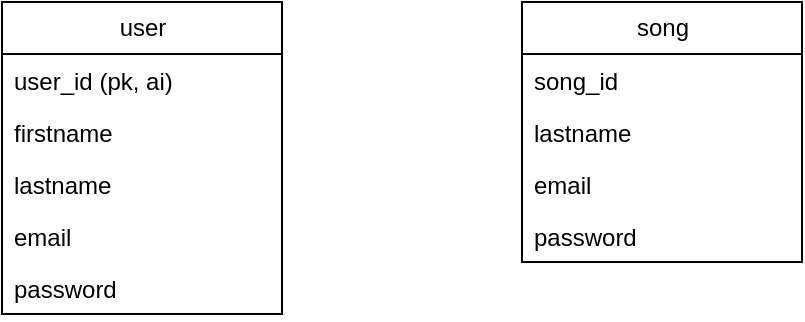
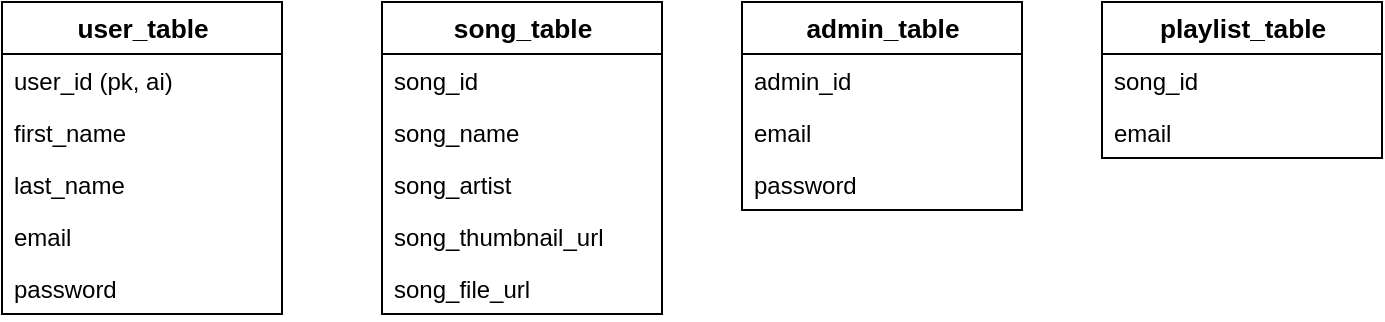
<mxfile host="65bd71144e">
    <diagram id="PaDLuZ9pyRRN-tLuL0Lq" name="Page-1">
-         <mxGraphModel dx="1068" dy="507" grid="1" gridSize="10" guides="1" tooltips="1" connect="1" arrows="1" fold="1" page="1" pageScale="1" pageWidth="850" pageHeight="1100" math="0" shadow="0">
+         <mxGraphModel dx="1071" dy="474" grid="1" gridSize="10" guides="1" tooltips="1" connect="1" arrows="1" fold="1" page="1" pageScale="1" pageWidth="850" pageHeight="1100" math="0" shadow="0">
            <root>
                <mxCell id="0"/>
                <mxCell id="1" parent="0"/>
-                 <mxCell id="2" value="user" style="swimlane;fontStyle=0;childLayout=stackLayout;horizontal=1;startSize=26;fillColor=none;horizontalStack=0;resizeParent=1;resizeParentMax=0;resizeLast=0;collapsible=1;marginBottom=0;html=1;" parent="1" vertex="1">
+                 <mxCell id="2" value="&lt;a style=&quot;box-sizing: border-box; color: var(--bs-link-color); text-decoration-line: none; font-family: sans-serif; font-size: 13.12px; font-weight: 700; text-align: left;&quot; title=&quot;&quot; href=&quot;http://localhost/phpmyadmin/index.php?route=/sql&amp;amp;db=spotify&amp;amp;table=user_table&amp;amp;pos=0&quot;&gt;user_table&lt;/a&gt;" style="swimlane;fontStyle=0;childLayout=stackLayout;horizontal=1;startSize=26;fillColor=none;horizontalStack=0;resizeParent=1;resizeParentMax=0;resizeLast=0;collapsible=1;marginBottom=0;html=1;" parent="1" vertex="1">
                    <mxGeometry x="120" y="160" width="140" height="156" as="geometry"/>
                </mxCell>
-                 <mxCell id="13" value="user_id (pk, ai)" style="text;strokeColor=none;fillColor=none;align=left;verticalAlign=top;spacingLeft=4;spacingRight=4;overflow=hidden;rotatable=0;points=[[0,0.5],[1,0.5]];portConstraint=eastwest;whiteSpace=wrap;html=1;" vertex="1" parent="2">
+                 <mxCell id="13" value="user_id (pk, ai)" style="text;strokeColor=none;fillColor=none;align=left;verticalAlign=top;spacingLeft=4;spacingRight=4;overflow=hidden;rotatable=0;points=[[0,0.5],[1,0.5]];portConstraint=eastwest;whiteSpace=wrap;html=1;" parent="2" vertex="1">
                    <mxGeometry y="26" width="140" height="26" as="geometry"/>
                </mxCell>
-                 <mxCell id="3" value="firstname" style="text;strokeColor=none;fillColor=none;align=left;verticalAlign=top;spacingLeft=4;spacingRight=4;overflow=hidden;rotatable=0;points=[[0,0.5],[1,0.5]];portConstraint=eastwest;whiteSpace=wrap;html=1;" parent="2" vertex="1">
+                 <mxCell id="3" value="first_name" style="text;strokeColor=none;fillColor=none;align=left;verticalAlign=top;spacingLeft=4;spacingRight=4;overflow=hidden;rotatable=0;points=[[0,0.5],[1,0.5]];portConstraint=eastwest;whiteSpace=wrap;html=1;" parent="2" vertex="1">
                    <mxGeometry y="52" width="140" height="26" as="geometry"/>
                </mxCell>
-                 <mxCell id="4" value="lastname" style="text;strokeColor=none;fillColor=none;align=left;verticalAlign=top;spacingLeft=4;spacingRight=4;overflow=hidden;rotatable=0;points=[[0,0.5],[1,0.5]];portConstraint=eastwest;whiteSpace=wrap;html=1;" parent="2" vertex="1">
+                 <mxCell id="4" value="last_name" style="text;strokeColor=none;fillColor=none;align=left;verticalAlign=top;spacingLeft=4;spacingRight=4;overflow=hidden;rotatable=0;points=[[0,0.5],[1,0.5]];portConstraint=eastwest;whiteSpace=wrap;html=1;" parent="2" vertex="1">
                    <mxGeometry y="78" width="140" height="26" as="geometry"/>
                </mxCell>
                <mxCell id="5" value="email" style="text;strokeColor=none;fillColor=none;align=left;verticalAlign=top;spacingLeft=4;spacingRight=4;overflow=hidden;rotatable=0;points=[[0,0.5],[1,0.5]];portConstraint=eastwest;whiteSpace=wrap;html=1;" parent="2" vertex="1">
                    <mxGeometry y="104" width="140" height="26" as="geometry"/>
                </mxCell>
                <mxCell id="7" value="password" style="text;strokeColor=none;fillColor=none;align=left;verticalAlign=top;spacingLeft=4;spacingRight=4;overflow=hidden;rotatable=0;points=[[0,0.5],[1,0.5]];portConstraint=eastwest;whiteSpace=wrap;html=1;" parent="2" vertex="1">
                    <mxGeometry y="130" width="140" height="26" as="geometry"/>
                </mxCell>
-                 <mxCell id="8" value="song" style="swimlane;fontStyle=0;childLayout=stackLayout;horizontal=1;startSize=26;fillColor=none;horizontalStack=0;resizeParent=1;resizeParentMax=0;resizeLast=0;collapsible=1;marginBottom=0;html=1;" parent="1" vertex="1">
-                     <mxGeometry x="380" y="160" width="140" height="130" as="geometry"/>
+                 <mxCell id="8" value="&lt;a style=&quot;box-sizing: border-box; color: var(--bs-link-color); text-decoration: none; font-family: sans-serif; font-size: 13.12px; font-style: normal; font-variant-ligatures: normal; font-variant-caps: normal; font-weight: 700; letter-spacing: normal; orphans: 2; text-align: left; text-indent: 0px; text-transform: none; widows: 2; word-spacing: 0px; -webkit-text-stroke-width: 0px;&quot; title=&quot;&quot; href=&quot;http://localhost/phpmyadmin/index.php?route=/sql&amp;amp;db=spotify&amp;amp;table=song_table&amp;amp;pos=0&quot;&gt;song_table&lt;/a&gt;" style="swimlane;fontStyle=0;childLayout=stackLayout;horizontal=1;startSize=26;fillColor=none;horizontalStack=0;resizeParent=1;resizeParentMax=0;resizeLast=0;collapsible=1;marginBottom=0;html=1;" parent="1" vertex="1">
+                     <mxGeometry x="310" y="160" width="140" height="156" as="geometry"/>
                </mxCell>
                <mxCell id="9" value="song_id" style="text;strokeColor=none;fillColor=none;align=left;verticalAlign=top;spacingLeft=4;spacingRight=4;overflow=hidden;rotatable=0;points=[[0,0.5],[1,0.5]];portConstraint=eastwest;whiteSpace=wrap;html=1;" parent="8" vertex="1">
                    <mxGeometry y="26" width="140" height="26" as="geometry"/>
                </mxCell>
-                 <mxCell id="10" value="lastname" style="text;strokeColor=none;fillColor=none;align=left;verticalAlign=top;spacingLeft=4;spacingRight=4;overflow=hidden;rotatable=0;points=[[0,0.5],[1,0.5]];portConstraint=eastwest;whiteSpace=wrap;html=1;" parent="8" vertex="1">
+                 <mxCell id="10" value="song_name" style="text;strokeColor=none;fillColor=none;align=left;verticalAlign=top;spacingLeft=4;spacingRight=4;overflow=hidden;rotatable=0;points=[[0,0.5],[1,0.5]];portConstraint=eastwest;whiteSpace=wrap;html=1;" parent="8" vertex="1">
                    <mxGeometry y="52" width="140" height="26" as="geometry"/>
                </mxCell>
-                 <mxCell id="11" value="email" style="text;strokeColor=none;fillColor=none;align=left;verticalAlign=top;spacingLeft=4;spacingRight=4;overflow=hidden;rotatable=0;points=[[0,0.5],[1,0.5]];portConstraint=eastwest;whiteSpace=wrap;html=1;" parent="8" vertex="1">
+                 <mxCell id="25" value="song_artist" style="text;strokeColor=none;fillColor=none;align=left;verticalAlign=top;spacingLeft=4;spacingRight=4;overflow=hidden;rotatable=0;points=[[0,0.5],[1,0.5]];portConstraint=eastwest;whiteSpace=wrap;html=1;" vertex="1" parent="8">
                    <mxGeometry y="78" width="140" height="26" as="geometry"/>
                </mxCell>
-                 <mxCell id="12" value="password" style="text;strokeColor=none;fillColor=none;align=left;verticalAlign=top;spacingLeft=4;spacingRight=4;overflow=hidden;rotatable=0;points=[[0,0.5],[1,0.5]];portConstraint=eastwest;whiteSpace=wrap;html=1;" parent="8" vertex="1">
+                 <mxCell id="12" value="song_thumbnail_url" style="text;strokeColor=none;fillColor=none;align=left;verticalAlign=top;spacingLeft=4;spacingRight=4;overflow=hidden;rotatable=0;points=[[0,0.5],[1,0.5]];portConstraint=eastwest;whiteSpace=wrap;html=1;" parent="8" vertex="1">
                    <mxGeometry y="104" width="140" height="26" as="geometry"/>
+                 </mxCell>
+                 <mxCell id="26" value="song_file_url" style="text;strokeColor=none;fillColor=none;align=left;verticalAlign=top;spacingLeft=4;spacingRight=4;overflow=hidden;rotatable=0;points=[[0,0.5],[1,0.5]];portConstraint=eastwest;whiteSpace=wrap;html=1;" vertex="1" parent="8">
+                     <mxGeometry y="130" width="140" height="26" as="geometry"/>
+                 </mxCell>
+                 <mxCell id="14" value="&lt;a style=&quot;box-sizing: border-box; color: var(--bs-link-color); text-decoration-line: none; font-family: sans-serif; font-size: 13.12px; font-weight: 700; text-align: left;&quot; title=&quot;&quot; href=&quot;http://localhost/phpmyadmin/index.php?route=/sql&amp;amp;db=spotify&amp;amp;table=admin_table&amp;amp;pos=0&quot;&gt;admin_table&lt;/a&gt;" style="swimlane;fontStyle=0;childLayout=stackLayout;horizontal=1;startSize=26;fillColor=none;horizontalStack=0;resizeParent=1;resizeParentMax=0;resizeLast=0;collapsible=1;marginBottom=0;html=1;" vertex="1" parent="1">
+                     <mxGeometry x="490" y="160" width="140" height="104" as="geometry"/>
+                 </mxCell>
+                 <mxCell id="15" value="admin_id" style="text;strokeColor=none;fillColor=none;align=left;verticalAlign=top;spacingLeft=4;spacingRight=4;overflow=hidden;rotatable=0;points=[[0,0.5],[1,0.5]];portConstraint=eastwest;whiteSpace=wrap;html=1;" vertex="1" parent="14">
+                     <mxGeometry y="26" width="140" height="26" as="geometry"/>
+                 </mxCell>
+                 <mxCell id="17" value="email" style="text;strokeColor=none;fillColor=none;align=left;verticalAlign=top;spacingLeft=4;spacingRight=4;overflow=hidden;rotatable=0;points=[[0,0.5],[1,0.5]];portConstraint=eastwest;whiteSpace=wrap;html=1;" vertex="1" parent="14">
+                     <mxGeometry y="52" width="140" height="26" as="geometry"/>
+                 </mxCell>
+                 <mxCell id="18" value="password" style="text;strokeColor=none;fillColor=none;align=left;verticalAlign=top;spacingLeft=4;spacingRight=4;overflow=hidden;rotatable=0;points=[[0,0.5],[1,0.5]];portConstraint=eastwest;whiteSpace=wrap;html=1;" vertex="1" parent="14">
+                     <mxGeometry y="78" width="140" height="26" as="geometry"/>
+                 </mxCell>
+                 <mxCell id="20" value="&lt;a style=&quot;box-sizing: border-box; color: var(--bs-link-color); text-decoration-line: none; font-family: sans-serif; font-size: 13.12px; font-weight: 700; text-align: left;&quot; title=&quot;&quot; href=&quot;http://localhost/phpmyadmin/index.php?route=/sql&amp;amp;db=spotify&amp;amp;table=playlist_table&amp;amp;pos=0&quot;&gt;playlist_table&lt;/a&gt;" style="swimlane;fontStyle=0;childLayout=stackLayout;horizontal=1;startSize=26;fillColor=none;horizontalStack=0;resizeParent=1;resizeParentMax=0;resizeLast=0;collapsible=1;marginBottom=0;html=1;" vertex="1" parent="1">
+                     <mxGeometry x="670" y="160" width="140" height="78" as="geometry"/>
+                 </mxCell>
+                 <mxCell id="21" value="song_id" style="text;strokeColor=none;fillColor=none;align=left;verticalAlign=top;spacingLeft=4;spacingRight=4;overflow=hidden;rotatable=0;points=[[0,0.5],[1,0.5]];portConstraint=eastwest;whiteSpace=wrap;html=1;" vertex="1" parent="20">
+                     <mxGeometry y="26" width="140" height="26" as="geometry"/>
+                 </mxCell>
+                 <mxCell id="23" value="email" style="text;strokeColor=none;fillColor=none;align=left;verticalAlign=top;spacingLeft=4;spacingRight=4;overflow=hidden;rotatable=0;points=[[0,0.5],[1,0.5]];portConstraint=eastwest;whiteSpace=wrap;html=1;" vertex="1" parent="20">
+                     <mxGeometry y="52" width="140" height="26" as="geometry"/>
                </mxCell>
            </root>
        </mxGraphModel>
    </diagram>
</mxfile>